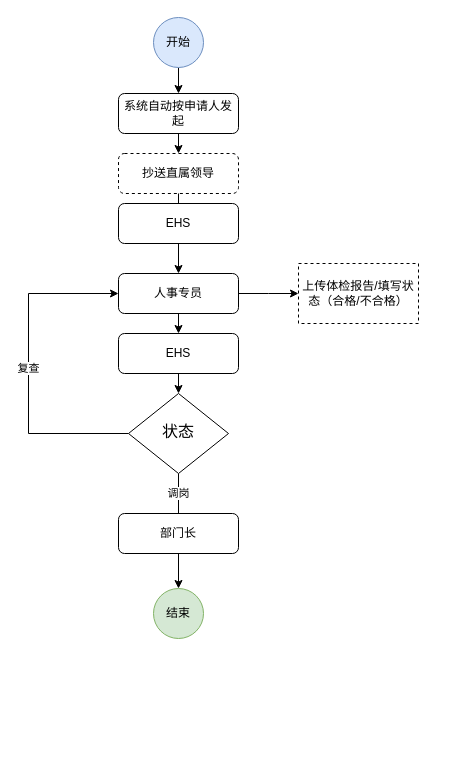
Earlier version of the draw.io diagram 危害岗位体检提醒单.drawio (pbm0802/GitIDEATest). Source tidied: cells renumbered, new cells numbered last; positions are measured from the earlier drawing's top-left corner, leaving out a move shared by most shapes. Both pictures are drawn from the tidied source at 100%, with x=0, y=0 at pixel (28, 17).
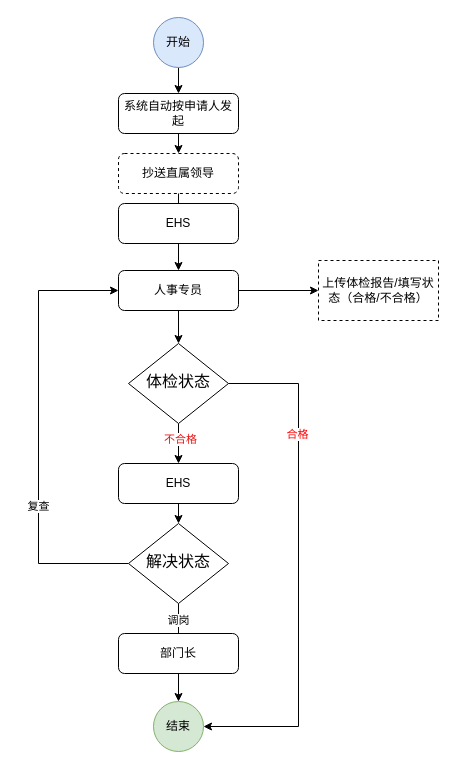
The same diagram, later.

Commit message:
更新危害岗位体检提醒单.drawio

What changed in the source:
```diff
@@
     <mxCell id="6" value="结束" style="ellipse;whiteSpace=wrap;html=1;fillColor=#d5e8d4;strokeColor=#82b366;" parent="1" vertex="1">
-      <mxGeometry x="125" y="571" width="50" height="50" as="geometry" />
+      <mxGeometry x="125" y="684" width="50" height="50" as="geometry" />
     </mxCell>
@@
-    <mxCell id="10" style="edgeStyle=orthogonalEdgeStyle;rounded=0;jettySize=auto;html=1;" parent="1" edge="1" source="12">
-      <mxGeometry relative="1" as="geometry">
-        <mxPoint x="270" y="276" as="targetPoint" />
-      </mxGeometry>
+    <mxCell id="10" style="edgeStyle=orthogonalEdgeStyle;rounded=0;jettySize=auto;html=1;entryX=0;entryY=0.5;entryDx=0;entryDy=0;" parent="1" edge="1" source="12" target="16">
+      <mxGeometry relative="1" as="geometry" />
     </mxCell>
-    <mxCell id="11" style="edgeStyle=orthogonalEdgeStyle;rounded=0;jettySize=auto;html=1;exitX=0.5;exitY=1;exitDx=0;exitDy=0;entryX=0.5;entryY=0;entryDx=0;entryDy=0;" parent="1" edge="1" source="12" target="14">
-      <mxGeometry relative="1" as="geometry" />
-    </mxCell>
+    <mxCell id="20" style="edgeStyle=orthogonalEdgeStyle;rounded=0;jettySize=auto;html=1;exitX=0.5;exitY=1;exitDx=0;exitDy=0;entryX=0.5;entryY=0;entryDx=0;entryDy=0;" parent="1" edge="1" source="12" target="26">
+      <mxGeometry relative="1" as="geometry" />
+    </mxCell>
     <mxCell id="12" value="人事专员" style="rounded=1;whiteSpace=wrap;html=1;fontSize=12;glass=0;strokeWidth=1;shadow=0;" parent="1" vertex="1">
-      <mxGeometry x="90" y="256" width="120" height="40" as="geometry" />
+      <mxGeometry x="90" y="253" width="120" height="40" as="geometry" />
     </mxCell>
@@
     <mxCell id="14" value="EHS" style="rounded=1;whiteSpace=wrap;html=1;fontSize=12;glass=0;strokeWidth=1;shadow=0;" parent="1" vertex="1">
-      <mxGeometry x="90" y="316" width="120" height="40" as="geometry" />
+      <mxGeometry x="90" y="446" width="120" height="40" as="geometry" />
     </mxCell>
@@
     <mxCell id="16" value="上传体检报告/填写状态（合格/不合格）" style="rounded=0;whiteSpace=wrap;html=1;dashed=1;" parent="1" vertex="1">
-      <mxGeometry x="270" y="246" width="120" height="60" as="geometry" />
+      <mxGeometry x="290" y="243" width="120" height="60" as="geometry" />
     </mxCell>
+    <mxCell id="21" style="edgeStyle=orthogonalEdgeStyle;rounded=0;jettySize=auto;html=1;exitX=0;exitY=0.5;exitDx=0;exitDy=0;entryX=0;entryY=0.5;entryDx=0;entryDy=0;" parent="1" edge="1" source="18" target="12">
+      <mxGeometry relative="1" as="geometry">
+        <Array as="points">
+          <mxPoint x="10" y="546" />
+          <mxPoint x="10" y="273" />
+        </Array>
+      </mxGeometry>
+    </mxCell>
-    <mxCell id="17" value="复查" style="edgeStyle=orthogonalEdgeStyle;rounded=0;jettySize=auto;html=1;exitX=0;exitY=0.5;exitDx=0;exitDy=0;entryX=0;entryY=0.5;entryDx=0;entryDy=0;" parent="1" edge="1" source="18" target="12">
-      <mxGeometry relative="1" as="geometry">
-        <Array as="points">
-          <mxPoint y="416" />
-          <mxPoint y="276" />
-        </Array>
-      </mxGeometry>
+    <mxCell id="17" value="复查" style="edgeLabel;html=1;align=center;verticalAlign=middle;" parent="21" vertex="1">
+      <mxGeometry x="-0.33" y="1" relative="1" as="geometry" />
     </mxCell>
-    <mxCell id="18" value="状态" style="rhombus;whiteSpace=wrap;html=1;shadow=0;fontFamily=Helvetica;fontSize=16;align=center;strokeWidth=1;spacing=6;spacingTop=-4;" parent="1" vertex="1">
-      <mxGeometry x="100" y="376" width="100" height="80" as="geometry" />
+    <mxCell id="18" value="解决状态" style="rhombus;whiteSpace=wrap;html=1;shadow=0;fontFamily=Helvetica;fontSize=16;align=center;strokeWidth=1;spacing=6;spacingTop=-4;" parent="1" vertex="1">
+      <mxGeometry x="100" y="506" width="100" height="80" as="geometry" />
     </mxCell>
     <mxCell id="19" value="部门长" style="rounded=1;whiteSpace=wrap;html=1;fontSize=12;glass=0;strokeWidth=1;shadow=0;" parent="1" vertex="1">
-      <mxGeometry x="90" y="496" width="120" height="40" as="geometry" />
+      <mxGeometry x="90" y="616" width="120" height="40" as="geometry" />
     </mxCell>
+    <mxCell id="22" style="edgeStyle=orthogonalEdgeStyle;rounded=0;jettySize=auto;html=1;exitX=0.5;exitY=1;exitDx=0;exitDy=0;entryX=0.5;entryY=0;entryDx=0;entryDy=0;" parent="1" edge="1" source="26" target="14">
+      <mxGeometry relative="1" as="geometry" />
+    </mxCell>
+    <mxCell id="23" value="不合格" style="edgeLabel;html=1;align=center;verticalAlign=middle;fontColor=#e61414;" parent="22" vertex="1">
+      <mxGeometry x="-0.26" y="1" relative="1" as="geometry" />
+    </mxCell>
+    <mxCell id="24" style="edgeStyle=orthogonalEdgeStyle;rounded=0;jettySize=auto;html=1;exitX=1;exitY=0.5;exitDx=0;exitDy=0;entryX=1;entryY=0.5;entryDx=0;entryDy=0;" parent="1" edge="1" source="26" target="6">
+      <mxGeometry relative="1" as="geometry">
+        <Array as="points">
+          <mxPoint x="270" y="366" />
+          <mxPoint x="270" y="709" />
+        </Array>
+      </mxGeometry>
+    </mxCell>
+    <mxCell id="25" value="合格" style="edgeLabel;html=1;align=center;verticalAlign=middle;fontColor=#FF0000;" parent="24" vertex="1">
+      <mxGeometry x="-0.19" y="-2" relative="1" as="geometry">
+        <mxPoint y="-86" as="offset" />
+      </mxGeometry>
+    </mxCell>
+    <mxCell id="26" value="体检状态" style="rhombus;whiteSpace=wrap;html=1;shadow=0;fontFamily=Helvetica;fontSize=16;align=center;strokeWidth=1;spacing=6;spacingTop=-4;" parent="1" vertex="1">
+      <mxGeometry x="100" y="326" width="100" height="80" as="geometry" />
+    </mxCell>
```
